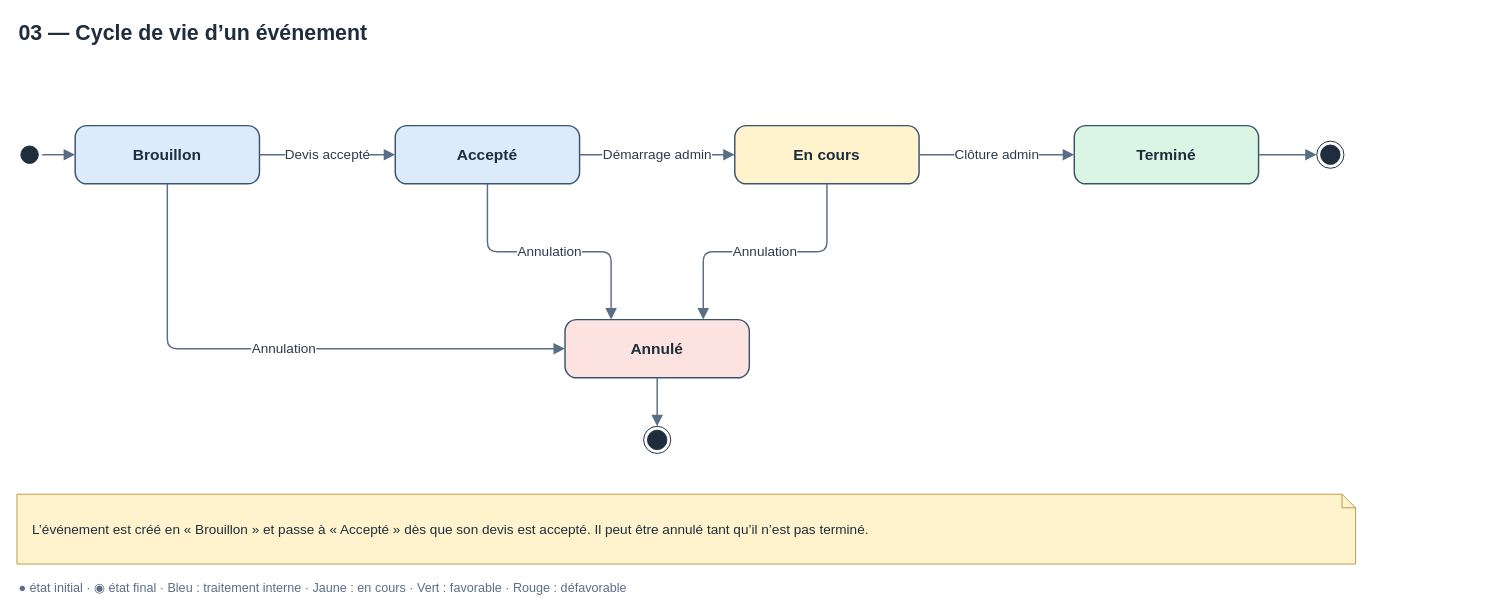
Onizuka-05/innov-events-manager keeps this draw.io diagram as page "03 Événements" (3 of 6) of docs/conception/CO-02-cycles-status.drawio.xml. Above is the earlier version. Source tidied: cells renumbered, new cells numbered last; positions are measured from the earlier drawing's top-left corner, leaving out a move shared by most shapes. Both pictures are drawn from the tidied source at 97%, with x=0, y=0 at pixel (16, 16).
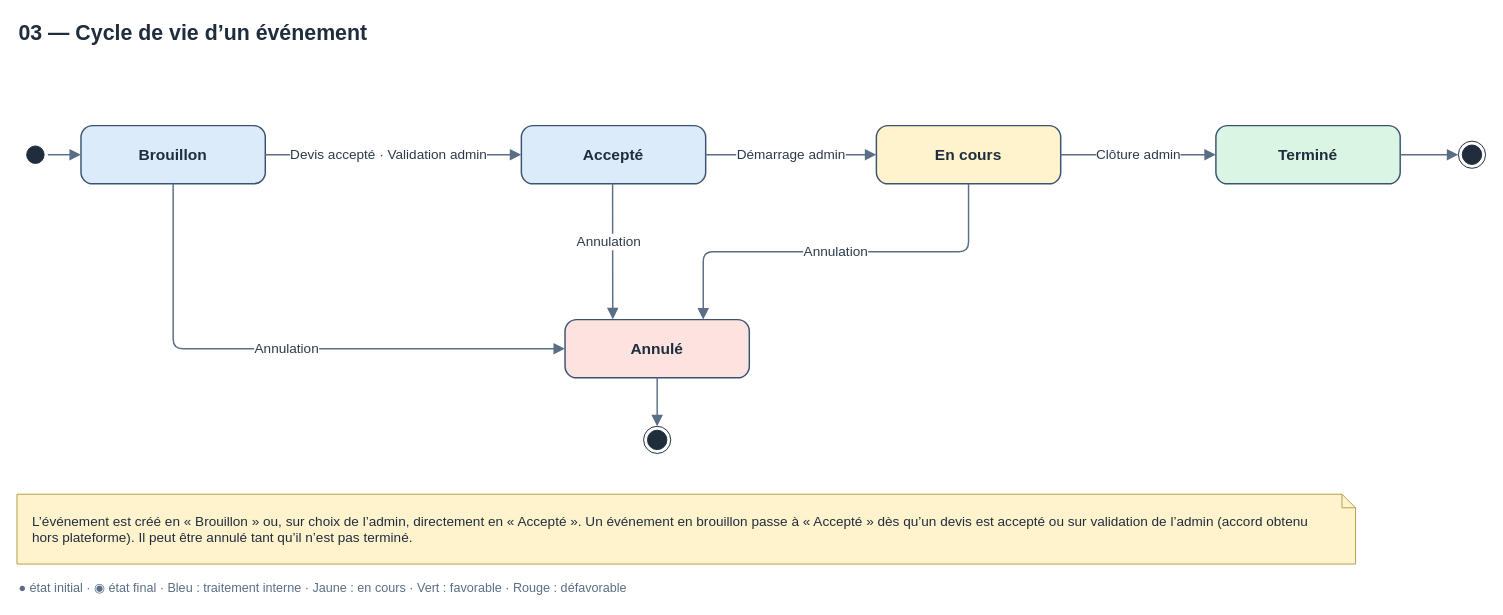
After the change.

Unchanged cells that the change refers to:
```xml
<mxCell id="8" value="Annulé" style="rounded=1;whiteSpace=wrap;html=1;arcSize=20;strokeColor=#3A5470;strokeWidth=1.5;fontSize=16;fontStyle=1;fontColor=#1F2D3D;align=center;verticalAlign=middle;spacing=8;fillColor=#FCE3E0;" parent="1" vertex="1">
  <mxGeometry x="565" y="312" width="190" height="60" as="geometry" />
</mxCell>
```

The edit, as a diff of the source:
```diff
@@
     <mxCell id="3" style="ellipse;html=1;shape=startState;fillColor=#1F2D3D;strokeColor=#1F2D3D;" parent="1" vertex="1">
-      <mxGeometry y="129" width="26" height="26" as="geometry" />
+      <mxGeometry x="6" y="129" width="26" height="26" as="geometry" />
     </mxCell>
     <mxCell id="4" value="Brouillon" style="rounded=1;whiteSpace=wrap;html=1;arcSize=20;strokeColor=#3A5470;strokeWidth=1.5;fontSize=16;fontStyle=1;fontColor=#1F2D3D;align=center;verticalAlign=middle;spacing=8;fillColor=#DCEBFA;" parent="1" vertex="1">
-      <mxGeometry x="60" y="112" width="190" height="60" as="geometry" />
+      <mxGeometry x="66" y="112" width="190" height="60" as="geometry" />
     </mxCell>
     <mxCell id="5" value="Accepté" style="rounded=1;whiteSpace=wrap;html=1;arcSize=20;strokeColor=#3A5470;strokeWidth=1.5;fontSize=16;fontStyle=1;fontColor=#1F2D3D;align=center;verticalAlign=middle;spacing=8;fillColor=#DCEBFA;" parent="1" vertex="1">
-      <mxGeometry x="390" y="112" width="190" height="60" as="geometry" />
+      <mxGeometry x="520" y="112" width="190" height="60" as="geometry" />
     </mxCell>
     <mxCell id="6" value="En cours" style="rounded=1;whiteSpace=wrap;html=1;arcSize=20;strokeColor=#3A5470;strokeWidth=1.5;fontSize=16;fontStyle=1;fontColor=#1F2D3D;align=center;verticalAlign=middle;spacing=8;fillColor=#FFF3CE;" parent="1" vertex="1">
-      <mxGeometry x="740" y="112" width="190" height="60" as="geometry" />
+      <mxGeometry x="886" y="112" width="190" height="60" as="geometry" />
     </mxCell>
     <mxCell id="7" value="Terminé" style="rounded=1;whiteSpace=wrap;html=1;arcSize=20;strokeColor=#3A5470;strokeWidth=1.5;fontSize=16;fontStyle=1;fontColor=#1F2D3D;align=center;verticalAlign=middle;spacing=8;fillColor=#DAF5E4;" parent="1" vertex="1">
-      <mxGeometry x="1090" y="112" width="190" height="60" as="geometry" />
+      <mxGeometry x="1236" y="112" width="190" height="60" as="geometry" />
     </mxCell>
@@
     <mxCell id="9" style="ellipse;html=1;shape=endState;fillColor=#1F2D3D;strokeColor=#1F2D3D;" parent="1" vertex="1">
-      <mxGeometry x="1340" y="128" width="28" height="28" as="geometry" />
+      <mxGeometry x="1486" y="128" width="28" height="28" as="geometry" />
     </mxCell>
@@
-    <mxCell id="12" value="Devis accepté" style="edgeStyle=orthogonalEdgeStyle;rounded=1;jettySize=auto;html=1;strokeColor=#5A6E85;strokeWidth=1.5;endArrow=block;endFill=1;endSize=8;fontSize=14;fontColor=#2B3A4C;labelBackgroundColor=#FFFFFF;exitX=1;exitY=0.5;exitDx=0;exitDy=0;entryX=0;entryY=0.5;entryDx=0;entryDy=0;" parent="1" edge="1" source="4" target="5">
-      <mxGeometry relative="1" as="geometry" />
+    <mxCell id="12" value="Devis accepté · Validation admin" style="edgeStyle=orthogonalEdgeStyle;rounded=1;jettySize=auto;html=1;strokeColor=#5A6E85;strokeWidth=1.5;endArrow=block;endFill=1;endSize=8;fontSize=14;fontColor=#2B3A4C;labelBackgroundColor=#FFFFFF;exitX=1;exitY=0.5;exitDx=0;exitDy=0;entryX=0;entryY=0.5;entryDx=0;entryDy=0;" parent="1" edge="1" source="4" target="5">
+      <mxGeometry x="-0.04" relative="1" as="geometry" />
     </mxCell>
@@
-    <mxCell id="16" value="Annulation" style="edgeStyle=orthogonalEdgeStyle;rounded=1;jettySize=auto;html=1;strokeColor=#5A6E85;strokeWidth=1.5;endArrow=block;endFill=1;endSize=8;fontSize=14;fontColor=#2B3A4C;labelBackgroundColor=#FFFFFF;exitX=0.5;exitY=1;exitDx=0;exitDy=0;entryX=0.25;entryY=0;entryDx=0;entryDy=0;" parent="1" edge="1" source="5" target="8">
-      <mxGeometry relative="1" as="geometry" />
+    <mxCell id="16" value="Annulation" style="edgeStyle=orthogonalEdgeStyle;rounded=1;jettySize=auto;html=1;strokeColor=#5A6E85;strokeWidth=1.5;endArrow=block;endFill=1;endSize=8;fontSize=14;fontColor=#2B3A4C;labelBackgroundColor=#FFFFFF;exitX=0.495;exitY=0.996;exitDx=0;exitDy=0;entryX=0.259;entryY=-0.004;entryDx=0;entryDy=0;exitPerimeter=0;entryPerimeter=0;" parent="1" edge="1" source="5" target="8">
+      <mxGeometry x="-0.14" y="-4" relative="1" as="geometry" />
     </mxCell>
@@
-    <mxCell id="20" value="L’événement est créé en « Brouillon » et passe à « Accepté » dès que son devis est accepté. Il peut être annulé tant qu’il n’est pas terminé." style="shape=note;whiteSpace=wrap;html=1;backgroundOutline=1;size=14;fillColor=#FFF3CE;strokeColor=#B89B4A;fontSize=14;fontColor=#1F2D3D;align=left;verticalAlign=middle;spacingLeft=14;spacingRight=20;" parent="1" vertex="1">
+    <mxCell id="20" value="L’événement est créé en « Brouillon » ou, sur choix de l’admin, directement en « Accepté ». Un événement en brouillon passe à « Accepté » dès qu’un devis est accepté ou sur validation de l’admin (accord obtenu hors plateforme). Il peut être annulé tant qu’il n’est pas terminé." style="shape=note;whiteSpace=wrap;html=1;backgroundOutline=1;size=14;fillColor=#FFF3CE;strokeColor=#B89B4A;fontSize=14;fontColor=#1F2D3D;align=left;verticalAlign=middle;spacingLeft=14;spacingRight=20;" parent="1" vertex="1">
       <mxGeometry y="492" width="1380" height="72" as="geometry" />
     </mxCell>
```
